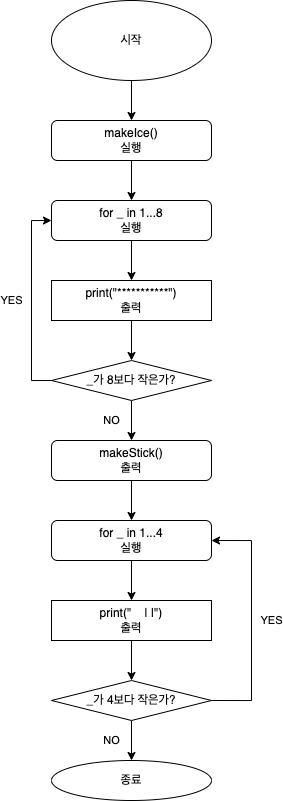
Before: CodeStarterCamp_Week1/week1_2.png, a diagram exported from draw.io (yagom-academy/swift-starter-Round1). Source tidied: cells renumbered, new cells last; positions are measured from the earlier drawing's top-left corner, leaving out a move shared by most shapes.
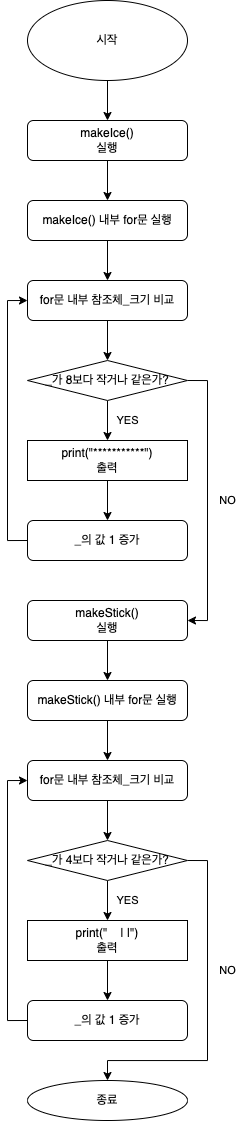
The same diagram one commit later.

Commit message:
week1_2 다이어그램 수정

What changed in the source:
```diff
@@ -16,18 +16,18 @@
     <mxCell id="5" value="makeIce()&lt;br&gt;실행" style="rounded=1;whiteSpace=wrap;html=1;" parent="1" vertex="1">
       <mxGeometry y="120" width="160" height="40" as="geometry" />
     </mxCell>
-    <mxCell id="6" style="edgeStyle=orthogonalEdgeStyle;rounded=0;jettySize=auto;html=1;exitX=0.5;exitY=1;exitDx=0;exitDy=0;entryX=0.5;entryY=0;entryDx=0;entryDy=0;" parent="1" edge="1" target="18">
+    <mxCell id="6" style="edgeStyle=orthogonalEdgeStyle;rounded=0;jettySize=auto;html=1;exitX=0.5;exitY=1;exitDx=0;exitDy=0;entryX=0.5;entryY=0;entryDx=0;entryDy=0;" parent="1" edge="1" target="26">
       <mxGeometry relative="1" as="geometry">
         <mxPoint x="80" y="240" as="sourcePoint" />
       </mxGeometry>
     </mxCell>
-    <mxCell id="7" value="YES" style="edgeStyle=orthogonalEdgeStyle;rounded=0;jettySize=auto;html=1;exitX=0;exitY=0.5;exitDx=0;exitDy=0;entryX=0;entryY=0.5;entryDx=0;entryDy=0;" parent="1" edge="1" source="9" target="19">
+    <mxCell id="7" value="YES" style="edgeStyle=orthogonalEdgeStyle;rounded=0;jettySize=auto;html=1;exitX=0.5;exitY=1;exitDx=0;exitDy=0;entryX=0.5;entryY=0;entryDx=0;entryDy=0;" parent="1" edge="1" source="9" target="18">
       <mxGeometry y="20" relative="1" as="geometry" />
     </mxCell>
-    <mxCell id="8" value="NO" style="edgeStyle=orthogonalEdgeStyle;rounded=0;jettySize=auto;html=1;exitX=0.5;exitY=1;exitDx=0;exitDy=0;entryX=0.5;entryY=0;entryDx=0;entryDy=0;" parent="1" edge="1" source="9" target="12">
-      <mxGeometry y="-20" relative="1" as="geometry" />
+    <mxCell id="8" value="NO" style="edgeStyle=orthogonalEdgeStyle;rounded=0;jettySize=auto;html=1;exitX=1;exitY=0.5;exitDx=0;exitDy=0;entryX=1;entryY=0.5;entryDx=0;entryDy=0;" parent="1" edge="1" source="9" target="12">
+      <mxGeometry y="20" relative="1" as="geometry" />
     </mxCell>
-    <mxCell id="9" value="_가 8보다 작은가?" style="rhombus;whiteSpace=wrap;html=1;" parent="1" vertex="1">
+    <mxCell id="9" value="_가 8보다 작거나 같은가?" style="rhombus;whiteSpace=wrap;html=1;" parent="1" vertex="1">
       <mxGeometry y="360" width="160" height="40" as="geometry" />
     </mxCell>
     <mxCell id="10" style="edgeStyle=orthogonalEdgeStyle;rounded=0;orthogonalLoop=1;jettySize=auto;html=1;exitX=0.5;exitY=1;exitDx=0;exitDy=0;" parent="1" edge="1">
@@ -36,49 +36,74 @@
         <mxPoint x="80" y="240" as="targetPoint" />
       </mxGeometry>
     </mxCell>
-    <mxCell id="11" style="edgeStyle=orthogonalEdgeStyle;rounded=0;jettySize=auto;html=1;exitX=0.5;exitY=1;exitDx=0;exitDy=0;entryX=0.5;entryY=0;entryDx=0;entryDy=0;" parent="1" edge="1" source="12" target="21">
+    <mxCell id="11" style="edgeStyle=orthogonalEdgeStyle;rounded=0;jettySize=auto;html=1;exitX=0.5;exitY=1;exitDx=0;exitDy=0;entryX=0.5;entryY=0;entryDx=0;entryDy=0;" parent="1" edge="1" source="12" target="36">
       <mxGeometry relative="1" as="geometry" />
     </mxCell>
-    <mxCell id="12" value="makeStick()&lt;br style=&quot;border-color: var(--border-color);&quot;&gt;출력" style="rounded=1;whiteSpace=wrap;html=1;" parent="1" vertex="1">
-      <mxGeometry y="440" width="160" height="40" as="geometry" />
+    <mxCell id="12" value="makeStick()&lt;br style=&quot;border-color: var(--border-color);&quot;&gt;실행" style="rounded=1;whiteSpace=wrap;html=1;" parent="1" vertex="1">
+      <mxGeometry y="600" width="160" height="40" as="geometry" />
     </mxCell>
-    <mxCell id="13" value="YES" style="edgeStyle=orthogonalEdgeStyle;rounded=0;jettySize=auto;html=1;exitX=1;exitY=0.5;exitDx=0;exitDy=0;entryX=1;entryY=0.5;entryDx=0;entryDy=0;" parent="1" edge="1" source="15" target="21">
-      <mxGeometry y="-20" relative="1" as="geometry">
-        <Array as="points">
-          <mxPoint x="200" y="700" />
-          <mxPoint x="200" y="540" />
-        </Array>
-      </mxGeometry>
-    </mxCell>
-    <mxCell id="14" value="NO" style="edgeStyle=orthogonalEdgeStyle;rounded=0;jettySize=auto;html=1;exitX=0.5;exitY=1;exitDx=0;exitDy=0;entryX=0.5;entryY=0;entryDx=0;entryDy=0;" parent="1" edge="1" source="15" target="16">
-      <mxGeometry y="-20" relative="1" as="geometry" />
+    <mxCell id="14" value="NO" style="edgeStyle=orthogonalEdgeStyle;rounded=0;jettySize=auto;html=1;exitX=1;exitY=0.5;exitDx=0;exitDy=0;entryX=0.5;entryY=0;entryDx=0;entryDy=0;" parent="1" edge="1" source="29" target="16">
+      <mxGeometry x="-0.24" y="20" relative="1" as="geometry">
+        <Array as="points">
+          <mxPoint x="180" y="860" />
+          <mxPoint x="180" y="1060" />
+          <mxPoint x="80" y="1060" />
+        </Array>
+      </mxGeometry>
     </mxCell>
-    <mxCell id="15" value="_가 4보다 작은가?" style="rhombus;whiteSpace=wrap;html=1;" parent="1" vertex="1">
-      <mxGeometry y="680" width="160" height="40" as="geometry" />
-    </mxCell>
     <mxCell id="16" value="종료" style="ellipse;whiteSpace=wrap;html=1;" parent="1" vertex="1">
-      <mxGeometry y="760" width="160" height="40" as="geometry" />
+      <mxGeometry y="1080" width="160" height="40" as="geometry" />
     </mxCell>
-    <mxCell id="17" style="edgeStyle=orthogonalEdgeStyle;rounded=0;jettySize=auto;html=1;exitX=0.5;exitY=1;exitDx=0;exitDy=0;entryX=0.5;entryY=0;entryDx=0;entryDy=0;" parent="1" edge="1" source="18" target="9">
-      <mxGeometry relative="1" as="geometry" />
-    </mxCell>
+    <mxCell id="24" style="edgeStyle=orthogonalEdgeStyle;rounded=0;jettySize=auto;html=1;exitX=0.5;exitY=1;exitDx=0;exitDy=0;entryX=0.5;entryY=0;entryDx=0;entryDy=0;" parent="1" edge="1" source="18" target="28">
+      <mxGeometry relative="1" as="geometry" />
+    </mxCell>
     <mxCell id="18" value="print(&quot;***********&quot;)&lt;br&gt;출력" style="rounded=0;whiteSpace=wrap;html=1;" parent="1" vertex="1">
-      <mxGeometry y="280" width="160" height="40" as="geometry" />
+      <mxGeometry y="440" width="160" height="40" as="geometry" />
     </mxCell>
-    <mxCell id="19" value="&lt;meta charset=&quot;utf-8&quot;&gt;&lt;span style=&quot;color: rgb(0, 0, 0); font-family: Helvetica; font-size: 12px; font-style: normal; font-variant-ligatures: normal; font-variant-caps: normal; font-weight: 400; letter-spacing: normal; orphans: 2; text-align: center; text-indent: 0px; text-transform: none; widows: 2; word-spacing: 0px; -webkit-text-stroke-width: 0px; background-color: rgb(251, 251, 251); text-decoration-thickness: initial; text-decoration-style: initial; text-decoration-color: initial; float: none; display: inline !important;&quot;&gt;for _ in 1...8&lt;/span&gt;&lt;br style=&quot;border-color: var(--border-color); color: rgb(0, 0, 0); font-family: Helvetica; font-size: 12px; font-style: normal; font-variant-ligatures: normal; font-variant-caps: normal; font-weight: 400; letter-spacing: normal; orphans: 2; text-align: center; text-indent: 0px; text-transform: none; widows: 2; word-spacing: 0px; -webkit-text-stroke-width: 0px; background-color: rgb(251, 251, 251); text-decoration-thickness: initial; text-decoration-style: initial; text-decoration-color: initial;&quot;&gt;&lt;span style=&quot;color: rgb(0, 0, 0); font-family: Helvetica; font-size: 12px; font-style: normal; font-variant-ligatures: normal; font-variant-caps: normal; font-weight: 400; letter-spacing: normal; orphans: 2; text-align: center; text-indent: 0px; text-transform: none; widows: 2; word-spacing: 0px; -webkit-text-stroke-width: 0px; background-color: rgb(251, 251, 251); text-decoration-thickness: initial; text-decoration-style: initial; text-decoration-color: initial; float: none; display: inline !important;&quot;&gt;실행&lt;/span&gt;" style="rounded=1;whiteSpace=wrap;html=1;" parent="1" vertex="1">
+    <mxCell id="19" value="makeIce() 내부 for문 실행" style="rounded=1;whiteSpace=wrap;html=1;" parent="1" vertex="1">
       <mxGeometry y="200" width="160" height="40" as="geometry" />
     </mxCell>
-    <mxCell id="20" style="edgeStyle=orthogonalEdgeStyle;rounded=0;jettySize=auto;html=1;exitX=0.5;exitY=1;exitDx=0;exitDy=0;entryX=0.5;entryY=0;entryDx=0;entryDy=0;" parent="1" edge="1" source="21" target="23">
-      <mxGeometry relative="1" as="geometry" />
-    </mxCell>
-    <mxCell id="21" value="&lt;meta charset=&quot;utf-8&quot;&gt;&lt;span style=&quot;color: rgb(0, 0, 0); font-family: Helvetica; font-size: 12px; font-style: normal; font-variant-ligatures: normal; font-variant-caps: normal; font-weight: 400; letter-spacing: normal; orphans: 2; text-align: center; text-indent: 0px; text-transform: none; widows: 2; word-spacing: 0px; -webkit-text-stroke-width: 0px; background-color: rgb(251, 251, 251); text-decoration-thickness: initial; text-decoration-style: initial; text-decoration-color: initial; float: none; display: inline !important;&quot;&gt;for _ in 1...4&lt;/span&gt;&lt;br style=&quot;border-color: var(--border-color); color: rgb(0, 0, 0); font-family: Helvetica; font-size: 12px; font-style: normal; font-variant-ligatures: normal; font-variant-caps: normal; font-weight: 400; letter-spacing: normal; orphans: 2; text-align: center; text-indent: 0px; text-transform: none; widows: 2; word-spacing: 0px; -webkit-text-stroke-width: 0px; background-color: rgb(251, 251, 251); text-decoration-thickness: initial; text-decoration-style: initial; text-decoration-color: initial;&quot;&gt;&lt;span style=&quot;color: rgb(0, 0, 0); font-family: Helvetica; font-size: 12px; font-style: normal; font-variant-ligatures: normal; font-variant-caps: normal; font-weight: 400; letter-spacing: normal; orphans: 2; text-align: center; text-indent: 0px; text-transform: none; widows: 2; word-spacing: 0px; -webkit-text-stroke-width: 0px; background-color: rgb(251, 251, 251); text-decoration-thickness: initial; text-decoration-style: initial; text-decoration-color: initial; float: none; display: inline !important;&quot;&gt;실행&lt;/span&gt;" style="rounded=1;whiteSpace=wrap;html=1;" parent="1" vertex="1">
-      <mxGeometry y="520" width="160" height="40" as="geometry" />
-    </mxCell>
-    <mxCell id="22" style="edgeStyle=orthogonalEdgeStyle;rounded=0;jettySize=auto;html=1;exitX=0.5;exitY=1;exitDx=0;exitDy=0;entryX=0.5;entryY=0;entryDx=0;entryDy=0;" parent="1" edge="1" source="23" target="15">
-      <mxGeometry relative="1" as="geometry" />
-    </mxCell>
+    <mxCell id="25" style="edgeStyle=orthogonalEdgeStyle;rounded=0;jettySize=auto;html=1;exitX=0.5;exitY=1;exitDx=0;exitDy=0;entryX=0.5;entryY=0;entryDx=0;entryDy=0;" parent="1" edge="1" source="26" target="9">
+      <mxGeometry relative="1" as="geometry" />
+    </mxCell>
+    <mxCell id="26" value="for문 내부 참조체_크기 비교" style="rounded=1;whiteSpace=wrap;html=1;" parent="1" vertex="1">
+      <mxGeometry y="280" width="160" height="40" as="geometry" />
+    </mxCell>
+    <mxCell id="27" style="edgeStyle=orthogonalEdgeStyle;rounded=0;jettySize=auto;html=1;exitX=0;exitY=0.5;exitDx=0;exitDy=0;entryX=0;entryY=0.5;entryDx=0;entryDy=0;" parent="1" edge="1" source="28" target="26">
+      <mxGeometry relative="1" as="geometry" />
+    </mxCell>
+    <mxCell id="28" value="_의 값 1 증가" style="rounded=1;whiteSpace=wrap;html=1;" parent="1" vertex="1">
+      <mxGeometry y="520" width="160" height="40" as="geometry" />
+    </mxCell>
+    <mxCell id="13" value="YES" style="edgeStyle=orthogonalEdgeStyle;rounded=0;jettySize=auto;html=1;exitX=0.5;exitY=1;exitDx=0;exitDy=0;entryX=0.5;entryY=0;entryDx=0;entryDy=0;" parent="1" edge="1" source="29" target="23">
+      <mxGeometry y="20" relative="1" as="geometry" />
+    </mxCell>
+    <mxCell id="29" value="_가 4보다 작거나 같은가?" style="rhombus;whiteSpace=wrap;html=1;" parent="1" vertex="1">
+      <mxGeometry y="840" width="160" height="40" as="geometry" />
+    </mxCell>
+    <mxCell id="30" style="edgeStyle=orthogonalEdgeStyle;rounded=0;jettySize=auto;html=1;exitX=0.5;exitY=1;exitDx=0;exitDy=0;entryX=0.5;entryY=0;entryDx=0;entryDy=0;" parent="1" edge="1" source="23" target="34">
+      <mxGeometry relative="1" as="geometry" />
+    </mxCell>
-    <mxCell id="23" value="print(&quot;&amp;nbsp; &amp;nbsp; | |&quot;)&lt;br&gt;출력" style="rounded=0;whiteSpace=wrap;html=1;" parent="1" vertex="1">
-      <mxGeometry y="600" width="160" height="40" as="geometry" />
+    <mxCell id="23" value="print(&quot;&amp;nbsp; &amp;nbsp; | |&quot;)&lt;br style=&quot;border-color: var(--border-color);&quot;&gt;출력" style="rounded=0;whiteSpace=wrap;html=1;" parent="1" vertex="1">
+      <mxGeometry y="920" width="160" height="40" as="geometry" />
     </mxCell>
+    <mxCell id="31" style="edgeStyle=orthogonalEdgeStyle;rounded=0;jettySize=auto;html=1;exitX=0.5;exitY=1;exitDx=0;exitDy=0;entryX=0.5;entryY=0;entryDx=0;entryDy=0;" parent="1" edge="1" source="32" target="29">
+      <mxGeometry relative="1" as="geometry" />
+    </mxCell>
+    <mxCell id="32" value="for문 내부 참조체_크기 비교" style="rounded=1;whiteSpace=wrap;html=1;" parent="1" vertex="1">
+      <mxGeometry y="760" width="160" height="40" as="geometry" />
+    </mxCell>
+    <mxCell id="33" style="edgeStyle=orthogonalEdgeStyle;rounded=0;jettySize=auto;html=1;exitX=0;exitY=0.5;exitDx=0;exitDy=0;entryX=0;entryY=0.5;entryDx=0;entryDy=0;" parent="1" edge="1" source="34" target="32">
+      <mxGeometry relative="1" as="geometry" />
+    </mxCell>
+    <mxCell id="34" value="_의 값 1 증가" style="rounded=1;whiteSpace=wrap;html=1;" parent="1" vertex="1">
+      <mxGeometry y="1000" width="160" height="40" as="geometry" />
+    </mxCell>
+    <mxCell id="35" style="edgeStyle=orthogonalEdgeStyle;rounded=0;jettySize=auto;html=1;exitX=0.5;exitY=1;exitDx=0;exitDy=0;entryX=0.5;entryY=0;entryDx=0;entryDy=0;" parent="1" edge="1" source="36" target="32">
+      <mxGeometry relative="1" as="geometry" />
+    </mxCell>
+    <mxCell id="36" value="makeStick() 내부 for문 실행" style="rounded=1;whiteSpace=wrap;html=1;" parent="1" vertex="1">
+      <mxGeometry y="680" width="160" height="40" as="geometry" />
+    </mxCell>
   </root>
 </mxGraphModel>
```
